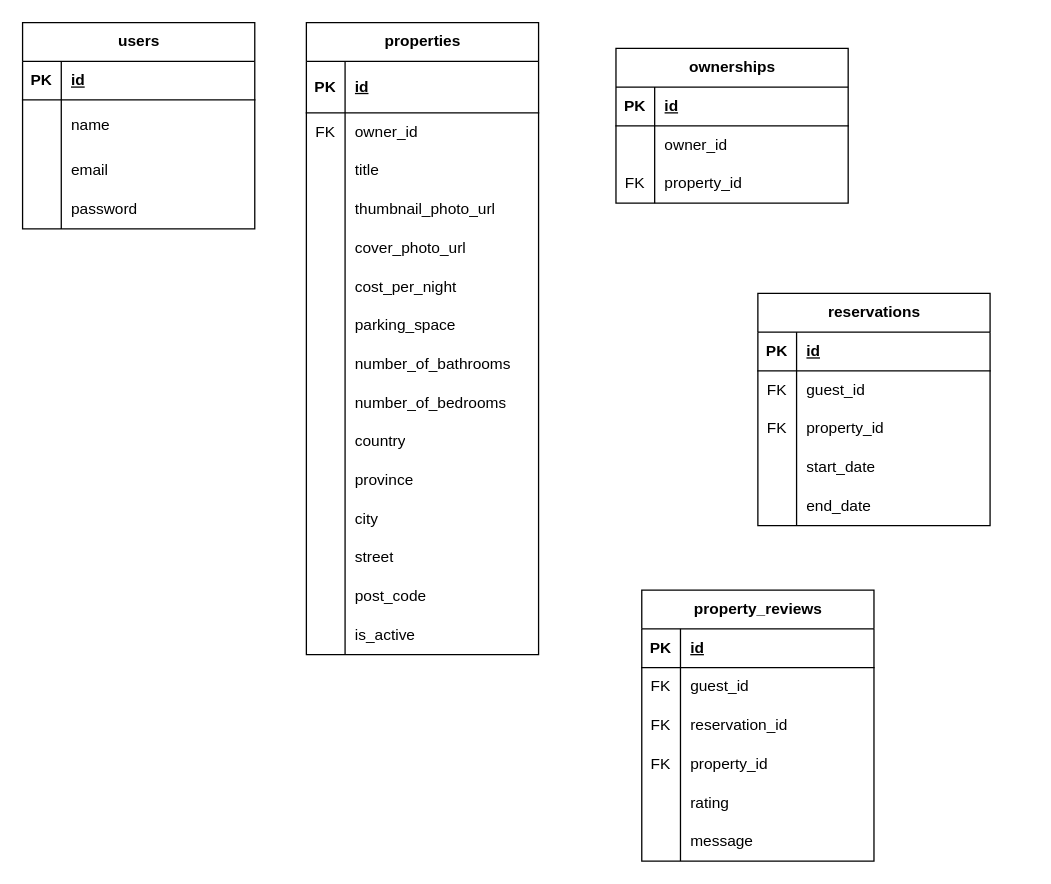
The draw.io diagram Untitled Diagram.drawio in apatel924/bootcampx, before the edit. Source tidied: cells renumbered, new cells numbered last; positions are measured from the earlier drawing's top-left corner, leaving out a move shared by most shapes. Both pictures are drawn from the tidied source at 129%, with x=0, y=0 at pixel (22, 22).
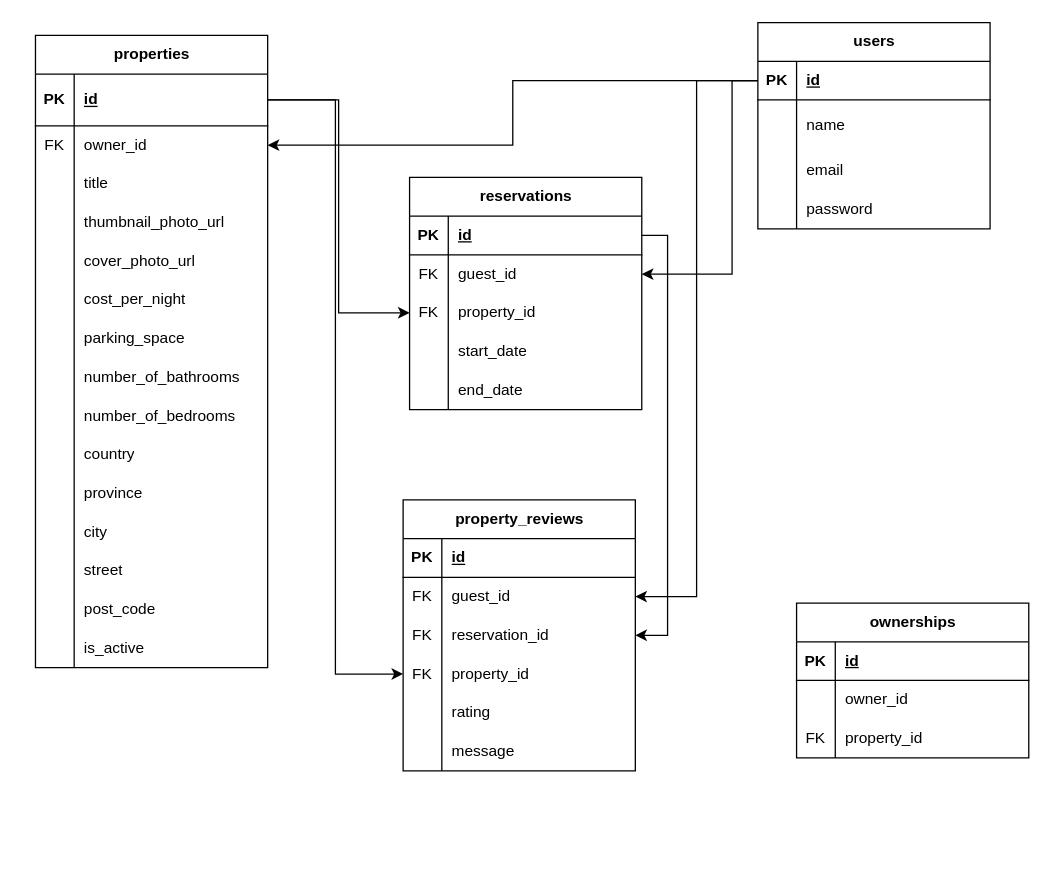
The same page after the edit.

The change refers to these unchanged cells:
```xml
<mxCell id="3" style="shape=tableRow;horizontal=0;startSize=0;swimlaneHead=0;swimlaneBody=0;fillColor=none;points=[[0,0.5],[1,0.5]];portConstraint=eastwest;top=0;left=0;right=0;bottom=1;" parent="2" vertex="1">
  <mxGeometry y="30" width="180" height="30" as="geometry" />
</mxCell>
<mxCell id="16" style="shape=tableRow;horizontal=0;startSize=0;swimlaneHead=0;swimlaneBody=0;fillColor=none;points=[[0,0.5],[1,0.5]];portConstraint=eastwest;top=0;left=0;right=0;bottom=1;" parent="15" vertex="1">
  <mxGeometry y="30" width="180" height="40" as="geometry" />
</mxCell>
<mxCell id="19" style="shape=tableRow;horizontal=0;startSize=0;swimlaneHead=0;swimlaneBody=0;fillColor=none;points=[[0,0.5],[1,0.5]];portConstraint=eastwest;top=0;left=0;right=0;bottom=0;" parent="15" vertex="1">
  <mxGeometry y="70" width="180" height="30" as="geometry" />
</mxCell>
<mxCell id="72" style="shape=tableRow;horizontal=0;startSize=0;swimlaneHead=0;swimlaneBody=0;fillColor=none;points=[[0,0.5],[1,0.5]];portConstraint=eastwest;top=0;left=0;right=0;bottom=1;" parent="71" vertex="1">
  <mxGeometry y="30" width="180" height="30" as="geometry" />
</mxCell>
<mxCell id="75" style="shape=tableRow;horizontal=0;startSize=0;swimlaneHead=0;swimlaneBody=0;fillColor=none;points=[[0,0.5],[1,0.5]];portConstraint=eastwest;top=0;left=0;right=0;bottom=0;" parent="71" vertex="1">
  <mxGeometry y="60" width="180" height="30" as="geometry" />
</mxCell>
<mxCell id="78" style="shape=tableRow;horizontal=0;startSize=0;swimlaneHead=0;swimlaneBody=0;fillColor=none;points=[[0,0.5],[1,0.5]];portConstraint=eastwest;top=0;left=0;right=0;bottom=0;" parent="71" vertex="1">
  <mxGeometry y="90" width="180" height="30" as="geometry" />
</mxCell>
<mxCell id="91" style="shape=tableRow;horizontal=0;startSize=0;swimlaneHead=0;swimlaneBody=0;fillColor=none;points=[[0,0.5],[1,0.5]];portConstraint=eastwest;top=0;left=0;right=0;bottom=0;" parent="87" vertex="1">
  <mxGeometry y="60" width="180" height="30" as="geometry" />
</mxCell>
<mxCell id="94" style="shape=tableRow;horizontal=0;startSize=0;swimlaneHead=0;swimlaneBody=0;fillColor=none;points=[[0,0.5],[1,0.5]];portConstraint=eastwest;top=0;left=0;right=0;bottom=0;" parent="87" vertex="1">
  <mxGeometry y="90" width="180" height="30" as="geometry" />
</mxCell>
<mxCell id="97" style="shape=tableRow;horizontal=0;startSize=0;swimlaneHead=0;swimlaneBody=0;fillColor=none;points=[[0,0.5],[1,0.5]];portConstraint=eastwest;top=0;left=0;right=0;bottom=0;" parent="87" vertex="1">
  <mxGeometry y="120" width="180" height="30" as="geometry" />
</mxCell>
```

Change to the diagram source:
```diff
@@
     <mxCell id="2" value="users" style="shape=table;startSize=30;childLayout=tableLayout;rowLines=0;fontStyle=1;align=center;html=1;" parent="1" vertex="1">
-      <mxGeometry width="180" height="160" as="geometry" />
+      <mxGeometry x="570" width="180" height="160" as="geometry" />
     </mxCell>
@@
     <mxCell id="15" value="properties" style="shape=table;startSize=30;childLayout=tableLayout;rowLines=0;fontStyle=1;align=center;html=1;" parent="1" vertex="1">
-      <mxGeometry x="220" width="180" height="490" as="geometry" />
+      <mxGeometry x="10" y="10" width="180" height="490" as="geometry" />
     </mxCell>
@@
     <mxCell id="61" value="ownerships" style="shape=table;startSize=30;childLayout=tableLayout;rowLines=0;fontStyle=1;align=center;html=1;" parent="1" vertex="1">
-      <mxGeometry x="460" y="20" width="180" height="120" as="geometry" />
+      <mxGeometry x="600" y="450" width="180" height="120" as="geometry" />
     </mxCell>
@@
     <mxCell id="71" value="reservations" style="shape=table;startSize=30;childLayout=tableLayout;rowLines=0;fontStyle=1;align=center;html=1;" parent="1" vertex="1">
-      <mxGeometry x="570" y="210" width="180" height="180" as="geometry" />
+      <mxGeometry x="300" y="120" width="180" height="180" as="geometry" />
     </mxCell>
@@
     <mxCell id="87" value="property_reviews" style="shape=table;startSize=30;childLayout=tableLayout;rowLines=0;fontStyle=1;align=center;html=1;" parent="1" vertex="1">
-      <mxGeometry x="480" y="440" width="180" height="210" as="geometry" />
+      <mxGeometry x="295" y="370" width="180" height="210" as="geometry" />
     </mxCell>
@@
+    <mxCell id="106" style="edgeStyle=orthogonalEdgeStyle;rounded=0;jettySize=auto;html=1;exitX=0;exitY=0.5;exitDx=0;exitDy=0;entryX=1;entryY=0.5;entryDx=0;entryDy=0;" parent="1" edge="1" source="3" target="19">
+      <mxGeometry relative="1" as="geometry" />
+    </mxCell>
+    <mxCell id="107" style="edgeStyle=orthogonalEdgeStyle;rounded=0;jettySize=auto;html=1;exitX=0;exitY=0.5;exitDx=0;exitDy=0;entryX=1;entryY=0.5;entryDx=0;entryDy=0;" parent="1" edge="1" source="3" target="91">
+      <mxGeometry relative="1" as="geometry" />
+    </mxCell>
+    <mxCell id="108" style="edgeStyle=orthogonalEdgeStyle;rounded=0;jettySize=auto;html=1;exitX=1;exitY=0.5;exitDx=0;exitDy=0;entryX=1;entryY=0.5;entryDx=0;entryDy=0;" parent="1" edge="1" source="72" target="94">
+      <mxGeometry relative="1" as="geometry" />
+    </mxCell>
+    <mxCell id="109" style="edgeStyle=orthogonalEdgeStyle;rounded=0;jettySize=auto;html=1;exitX=1;exitY=0.5;exitDx=0;exitDy=0;entryX=0;entryY=0.5;entryDx=0;entryDy=0;" parent="1" edge="1" source="16" target="97">
+      <mxGeometry relative="1" as="geometry" />
+    </mxCell>
+    <mxCell id="110" style="edgeStyle=orthogonalEdgeStyle;rounded=0;jettySize=auto;html=1;exitX=1;exitY=0.5;exitDx=0;exitDy=0;entryX=0;entryY=0.5;entryDx=0;entryDy=0;" parent="1" edge="1" source="16" target="78">
+      <mxGeometry relative="1" as="geometry" />
+    </mxCell>
+    <mxCell id="111" style="edgeStyle=orthogonalEdgeStyle;rounded=0;jettySize=auto;html=1;exitX=0;exitY=0.5;exitDx=0;exitDy=0;entryX=1;entryY=0.5;entryDx=0;entryDy=0;" parent="1" edge="1" source="3" target="75">
+      <mxGeometry relative="1" as="geometry">
+        <Array as="points">
+          <mxPoint x="550" y="45" />
+          <mxPoint x="550" y="195" />
+        </Array>
+      </mxGeometry>
+    </mxCell>
```
